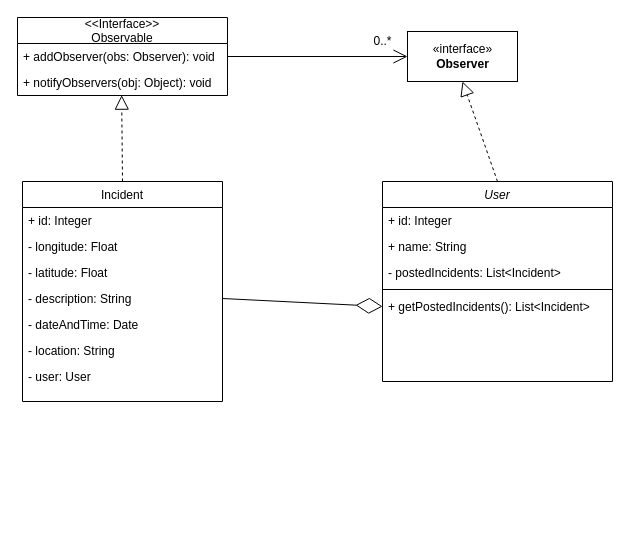
This is docs/design/UML.drawio from kikiisong/SecurityWebApp, a draw.io file, before an edit. Source tidied: cells renumbered, new cells numbered last; positions are measured from the earlier drawing's top-left corner, leaving out a move shared by most shapes. Both pictures are drawn from the tidied source at 100%, with x=0, y=0 at pixel (17, 17).
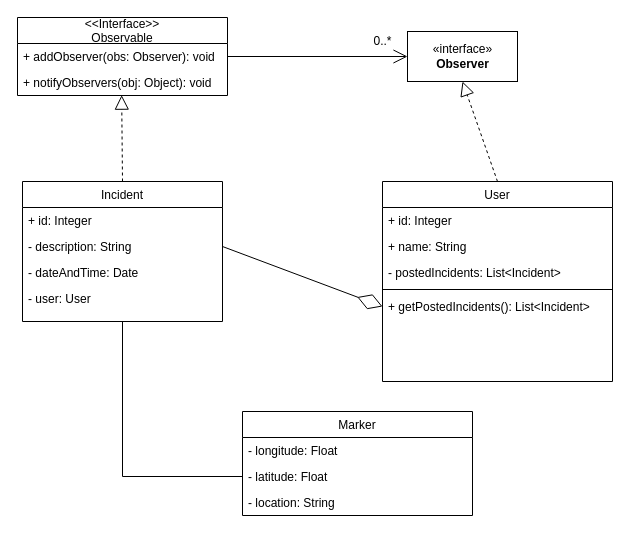
The same diagram, later.

Commit message (it also covers changes not shown here):
update class diagram

Change to the diagram source:
```diff
@@
-    <mxCell id="2" value="User" style="swimlane;fontStyle=2;align=center;verticalAlign=top;horizontal=1;startSize=26;rounded=0;shadow=0;strokeWidth=1;" parent="1" vertex="1">
+    <mxCell id="2" value="User" style="swimlane;fontStyle=0;align=center;verticalAlign=top;horizontal=1;startSize=26;rounded=0;shadow=0;strokeWidth=1;" parent="1" vertex="1">
       <mxGeometry x="365" y="164" width="230" height="200" as="geometry" />
     </mxCell>
@@
     <mxCell id="8" value="Incident" style="swimlane;fontStyle=0;align=center;verticalAlign=top;horizontal=1;startSize=26;rounded=0;shadow=0;strokeWidth=1;" parent="1" vertex="1">
-      <mxGeometry x="5" y="164" width="200" height="220" as="geometry" />
+      <mxGeometry x="5" y="164" width="200" height="140" as="geometry" />
     </mxCell>
@@
-    <mxCell id="10" value="- longitude: Float" style="text;align=left;verticalAlign=top;spacingLeft=4;spacingRight=4;overflow=hidden;rounded=0;shadow=0;html=0;" parent="8" vertex="1">
-      <mxGeometry y="52" width="200" height="26" as="geometry" />
-    </mxCell>
-    <mxCell id="11" value="- latitude: Float" style="text;align=left;verticalAlign=top;spacingLeft=4;spacingRight=4;overflow=hidden;points=[[0,0.5],[1,0.5]];portConstraint=eastwest;rounded=0;shadow=0;html=0;" parent="8" vertex="1">
-      <mxGeometry y="78" width="200" height="26" as="geometry" />
-    </mxCell>
     <mxCell id="12" value="- description: String" style="text;align=left;verticalAlign=top;spacingLeft=4;spacingRight=4;overflow=hidden;points=[[0,0.5],[1,0.5]];portConstraint=eastwest;rounded=0;shadow=0;html=0;" parent="8" vertex="1">
-      <mxGeometry y="104" width="200" height="26" as="geometry" />
+      <mxGeometry y="52" width="200" height="26" as="geometry" />
     </mxCell>
     <mxCell id="13" value="- dateAndTime: Date" style="text;align=left;verticalAlign=top;spacingLeft=4;spacingRight=4;overflow=hidden;rounded=0;shadow=0;html=0;" parent="8" vertex="1">
-      <mxGeometry y="130" width="200" height="26" as="geometry" />
+      <mxGeometry y="78" width="200" height="26" as="geometry" />
     </mxCell>
-    <mxCell id="14" value="- location: String" style="text;align=left;verticalAlign=top;spacingLeft=4;spacingRight=4;overflow=hidden;rounded=0;shadow=0;html=0;" parent="8" vertex="1">
-      <mxGeometry y="156" width="200" height="26" as="geometry" />
-    </mxCell>
     <mxCell id="15" value="- user: User" style="text;align=left;verticalAlign=top;spacingLeft=4;spacingRight=4;overflow=hidden;rounded=0;shadow=0;html=0;" parent="8" vertex="1">
-      <mxGeometry y="182" width="200" height="26" as="geometry" />
+      <mxGeometry y="104" width="200" height="26" as="geometry" />
     </mxCell>
@@
+    <mxCell id="25" value="Marker" style="swimlane;fontStyle=0;align=center;verticalAlign=top;horizontal=1;startSize=26;rounded=0;shadow=0;strokeWidth=1;" parent="1" vertex="1">
+      <mxGeometry x="225" y="394" width="230" height="104" as="geometry" />
+    </mxCell>
+    <mxCell id="10" value="- longitude: Float" style="text;align=left;verticalAlign=top;spacingLeft=4;spacingRight=4;overflow=hidden;rounded=0;shadow=0;html=0;" parent="25" vertex="1">
+      <mxGeometry y="26" width="230" height="26" as="geometry" />
+    </mxCell>
+    <mxCell id="11" value="- latitude: Float" style="text;align=left;verticalAlign=top;spacingLeft=4;spacingRight=4;overflow=hidden;points=[[0,0.5],[1,0.5]];portConstraint=eastwest;rounded=0;shadow=0;html=0;" parent="25" vertex="1">
+      <mxGeometry y="52" width="230" height="26" as="geometry" />
+    </mxCell>
+    <mxCell id="14" value="- location: String" style="text;align=left;verticalAlign=top;spacingLeft=4;spacingRight=4;overflow=hidden;rounded=0;shadow=0;html=0;" parent="25" vertex="1">
+      <mxGeometry y="78" width="230" height="26" as="geometry" />
+    </mxCell>
+    <mxCell id="26" style="endArrow=none;html=1;rounded=0;entryX=0.5;entryY=1;entryDx=0;entryDy=0;exitX=0;exitY=0.5;exitDx=0;exitDy=0;" parent="1" edge="1" source="11" target="8">
+      <mxGeometry relative="1" as="geometry">
+        <Array as="points">
+          <mxPoint x="105" y="459" />
+        </Array>
+      </mxGeometry>
+    </mxCell>
```
